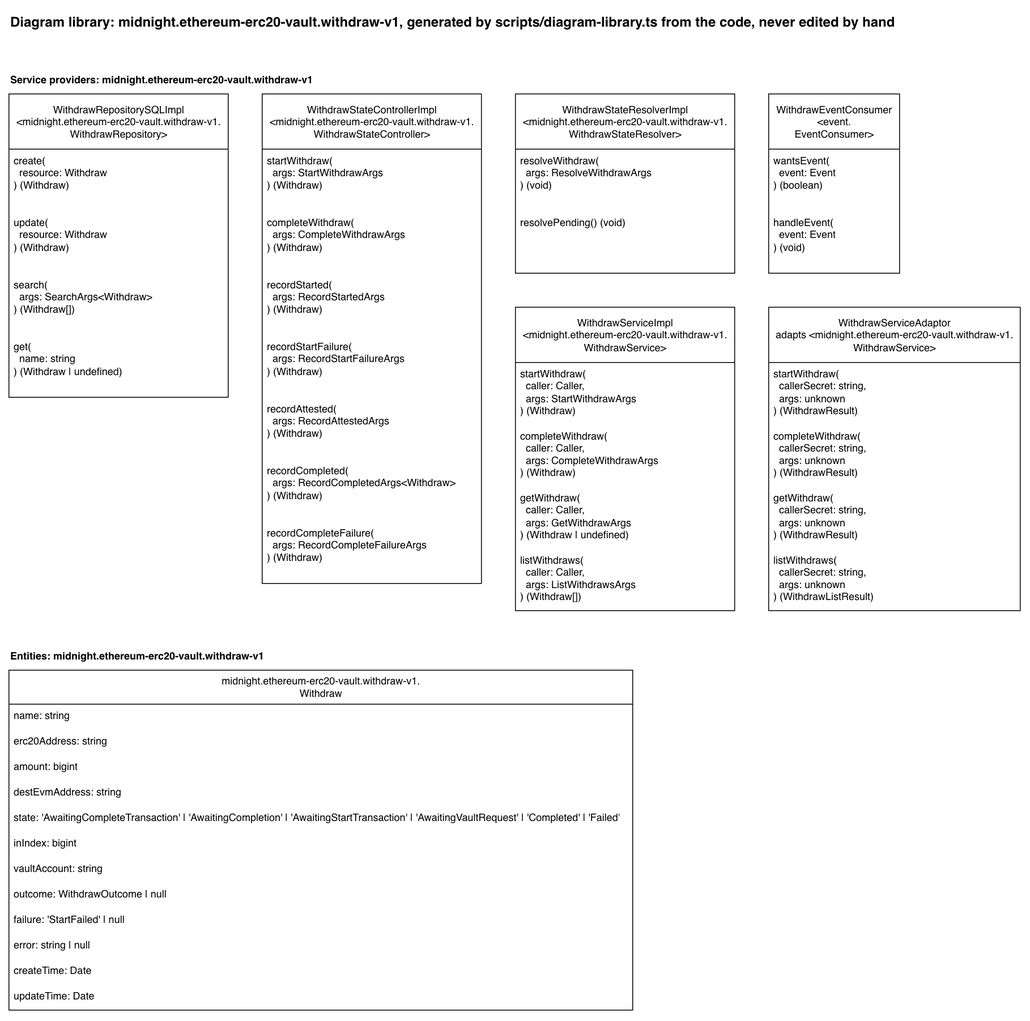
Earlier version of the draw.io export docs/diagram-library/midnight/ethereum-erc20-vault/withdraw-v1/diagram-library.drawio.png (sig-net/full-stack-demo). Source tidied: cells renumbered, new cells last; positions are measured from the earlier drawing's top-left corner, leaving out a move shared by most shapes.
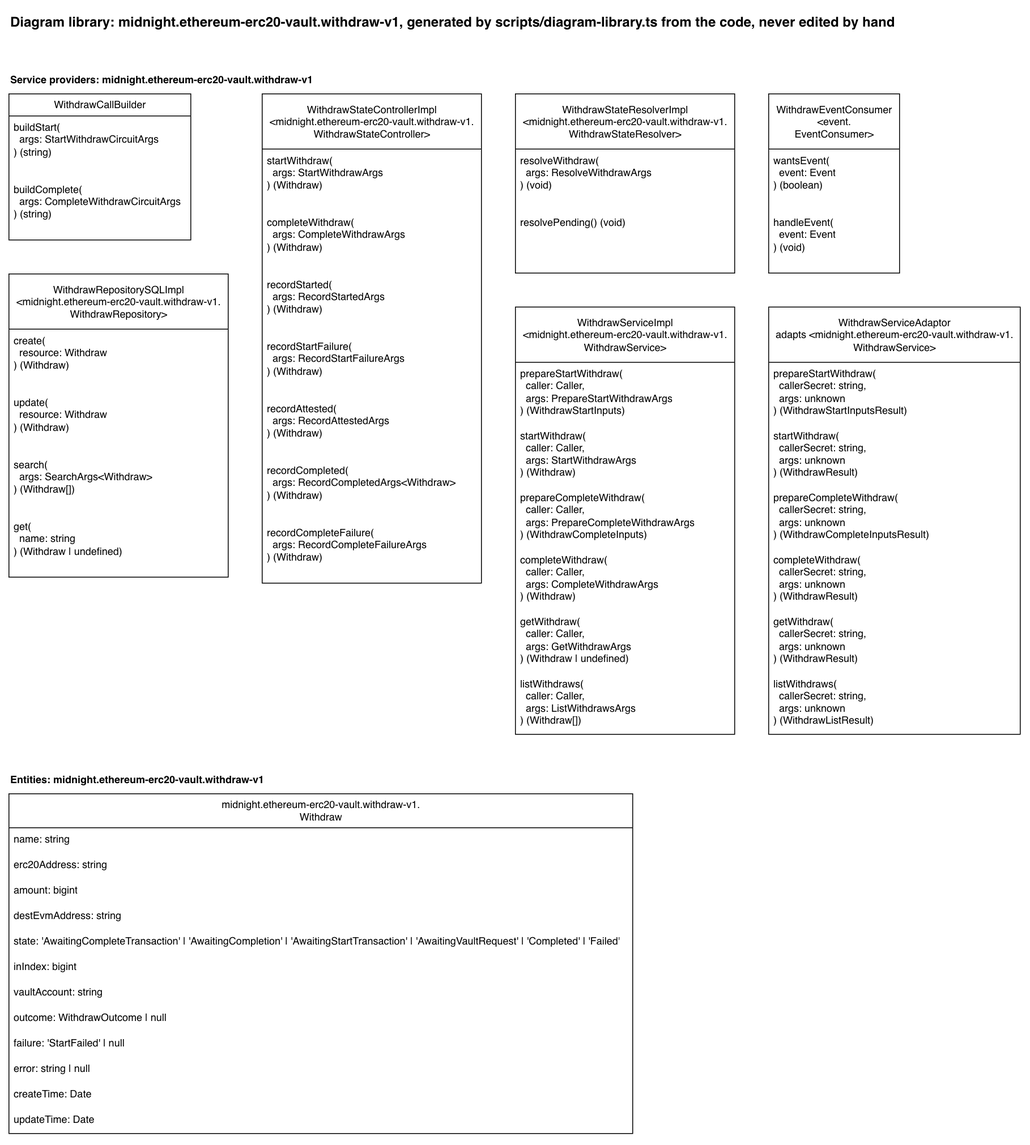
Above is the later version.

Change to the diagram source:
```diff
@@ -8,8 +8,17 @@
     <mxCell id="3" value="Service providers: midnight.ethereum-erc20-vault.withdraw-v1" style="text;html=1;fontStyle=1;" parent="1" vertex="1">
       <mxGeometry y="70" width="383" height="20" as="geometry" />
     </mxCell>
+    <mxCell id="47" value="WithdrawCallBuilder" style="swimlane;fontStyle=0;horizontal=1;startSize=26;fillColor=default;html=1;fillStyle=solid;" parent="1" vertex="1">
+      <mxGeometry y="100" width="214" height="172" as="geometry" />
+    </mxCell>
+    <mxCell id="48" value="buildStart(&lt;br&gt;&amp;nbsp; args: StartWithdrawCircuitArgs&lt;br&gt;) (string)" style="text;strokeColor=none;fillColor=none;align=left;verticalAlign=top;spacingLeft=4;spacingRight=4;overflow=hidden;whiteSpace=wrap;html=1;" parent="47" vertex="1">
+      <mxGeometry y="26" width="214" height="73" as="geometry" />
+    </mxCell>
+    <mxCell id="49" value="buildComplete(&lt;br&gt;&amp;nbsp; args: CompleteWithdrawCircuitArgs&lt;br&gt;) (string)" style="text;strokeColor=none;fillColor=none;align=left;verticalAlign=top;spacingLeft=4;spacingRight=4;overflow=hidden;whiteSpace=wrap;html=1;" parent="47" vertex="1">
+      <mxGeometry y="99" width="214" height="73" as="geometry" />
+    </mxCell>
     <mxCell id="4" value="WithdrawRepositorySQLImpl&lt;br&gt;&amp;lt;midnight.ethereum-erc20-vault.withdraw-v1.&lt;br&gt;WithdrawRepository&amp;gt;" style="swimlane;fontStyle=0;horizontal=1;startSize=65;fillColor=default;html=1;fillStyle=solid;" parent="1" vertex="1">
-      <mxGeometry y="100" width="258" height="357" as="geometry" />
+      <mxGeometry y="312" width="258" height="357" as="geometry" />
     </mxCell>
     <mxCell id="5" value="create(&lt;br&gt;&amp;nbsp; resource: Withdraw&lt;br&gt;) (Withdraw)" style="text;strokeColor=none;fillColor=none;align=left;verticalAlign=top;spacingLeft=4;spacingRight=4;overflow=hidden;whiteSpace=wrap;html=1;" parent="4" vertex="1">
       <mxGeometry y="65" width="258" height="73" as="geometry" />
@@ -57,19 +66,25 @@
       <mxGeometry y="138" width="258" height="73" as="geometry" />
     </mxCell>
     <mxCell id="20" value="WithdrawServiceImpl&lt;br&gt;&amp;lt;midnight.ethereum-erc20-vault.withdraw-v1.&lt;br&gt;WithdrawService&amp;gt;" style="swimlane;fontStyle=0;horizontal=1;startSize=65;fillColor=default;html=1;fillStyle=solid;" parent="1" vertex="1">
-      <mxGeometry x="596" y="351" width="258" height="357" as="geometry" />
+      <mxGeometry x="596" y="351" width="258" height="503" as="geometry" />
     </mxCell>
+    <mxCell id="50" value="prepareStartWithdraw(&lt;br&gt;&amp;nbsp; caller: Caller,&lt;br&gt;&amp;nbsp; args: PrepareStartWithdrawArgs&lt;br&gt;) (WithdrawStartInputs)" style="text;strokeColor=none;fillColor=none;align=left;verticalAlign=top;spacingLeft=4;spacingRight=4;overflow=hidden;whiteSpace=wrap;html=1;" parent="20" vertex="1">
+      <mxGeometry y="65" width="258" height="73" as="geometry" />
+    </mxCell>
     <mxCell id="21" value="startWithdraw(&lt;br&gt;&amp;nbsp; caller: Caller,&lt;br&gt;&amp;nbsp; args: StartWithdrawArgs&lt;br&gt;) (Withdraw)" style="text;strokeColor=none;fillColor=none;align=left;verticalAlign=top;spacingLeft=4;spacingRight=4;overflow=hidden;whiteSpace=wrap;html=1;" parent="20" vertex="1">
-      <mxGeometry y="65" width="258" height="73" as="geometry" />
+      <mxGeometry y="138" width="258" height="73" as="geometry" />
     </mxCell>
+    <mxCell id="51" value="prepareCompleteWithdraw(&lt;br&gt;&amp;nbsp; caller: Caller,&lt;br&gt;&amp;nbsp; args: PrepareCompleteWithdrawArgs&lt;br&gt;) (WithdrawCompleteInputs)" style="text;strokeColor=none;fillColor=none;align=left;verticalAlign=top;spacingLeft=4;spacingRight=4;overflow=hidden;whiteSpace=wrap;html=1;" parent="20" vertex="1">
+      <mxGeometry y="211" width="258" height="73" as="geometry" />
+    </mxCell>
     <mxCell id="22" value="completeWithdraw(&lt;br&gt;&amp;nbsp; caller: Caller,&lt;br&gt;&amp;nbsp; args: CompleteWithdrawArgs&lt;br&gt;) (Withdraw)" style="text;strokeColor=none;fillColor=none;align=left;verticalAlign=top;spacingLeft=4;spacingRight=4;overflow=hidden;whiteSpace=wrap;html=1;" parent="20" vertex="1">
-      <mxGeometry y="138" width="258" height="73" as="geometry" />
+      <mxGeometry y="284" width="258" height="73" as="geometry" />
     </mxCell>
     <mxCell id="23" value="getWithdraw(&lt;br&gt;&amp;nbsp; caller: Caller,&lt;br&gt;&amp;nbsp; args: GetWithdrawArgs&lt;br&gt;) (Withdraw | undefined)" style="text;strokeColor=none;fillColor=none;align=left;verticalAlign=top;spacingLeft=4;spacingRight=4;overflow=hidden;whiteSpace=wrap;html=1;" parent="20" vertex="1">
-      <mxGeometry y="211" width="258" height="73" as="geometry" />
+      <mxGeometry y="357" width="258" height="73" as="geometry" />
     </mxCell>
     <mxCell id="24" value="listWithdraws(&lt;br&gt;&amp;nbsp; caller: Caller,&lt;br&gt;&amp;nbsp; args: ListWithdrawsArgs&lt;br&gt;) (Withdraw[])" style="text;strokeColor=none;fillColor=none;align=left;verticalAlign=top;spacingLeft=4;spacingRight=4;overflow=hidden;whiteSpace=wrap;html=1;" parent="20" vertex="1">
-      <mxGeometry y="284" width="258" height="73" as="geometry" />
+      <mxGeometry y="430" width="258" height="73" as="geometry" />
     </mxCell>
     <mxCell id="25" value="WithdrawEventConsumer&lt;br&gt;&amp;lt;event.&lt;br&gt;EventConsumer&amp;gt;" style="swimlane;fontStyle=0;horizontal=1;startSize=65;fillColor=default;html=1;fillStyle=solid;" parent="1" vertex="1">
       <mxGeometry x="894" y="100" width="154" height="211" as="geometry" />
@@ -81,25 +96,31 @@
       <mxGeometry y="138" width="154" height="73" as="geometry" />
     </mxCell>
     <mxCell id="28" value="WithdrawServiceAdaptor&lt;br&gt;adapts &amp;lt;midnight.ethereum-erc20-vault.withdraw-v1.&lt;br&gt;WithdrawService&amp;gt;" style="swimlane;fontStyle=0;horizontal=1;startSize=65;fillColor=default;html=1;fillStyle=solid;" parent="1" vertex="1">
-      <mxGeometry x="894" y="351" width="296" height="357" as="geometry" />
+      <mxGeometry x="894" y="351" width="296" height="503" as="geometry" />
     </mxCell>
+    <mxCell id="52" value="prepareStartWithdraw(&lt;br&gt;&amp;nbsp; callerSecret: string,&lt;br&gt;&amp;nbsp; args: unknown&lt;br&gt;) (WithdrawStartInputsResult)" style="text;strokeColor=none;fillColor=none;align=left;verticalAlign=top;spacingLeft=4;spacingRight=4;overflow=hidden;whiteSpace=wrap;html=1;" parent="28" vertex="1">
+      <mxGeometry y="65" width="296" height="73" as="geometry" />
+    </mxCell>
     <mxCell id="29" value="startWithdraw(&lt;br&gt;&amp;nbsp; callerSecret: string,&lt;br&gt;&amp;nbsp; args: unknown&lt;br&gt;) (WithdrawResult)" style="text;strokeColor=none;fillColor=none;align=left;verticalAlign=top;spacingLeft=4;spacingRight=4;overflow=hidden;whiteSpace=wrap;html=1;" parent="28" vertex="1">
-      <mxGeometry y="65" width="296" height="73" as="geometry" />
+      <mxGeometry y="138" width="296" height="73" as="geometry" />
     </mxCell>
+    <mxCell id="53" value="prepareCompleteWithdraw(&lt;br&gt;&amp;nbsp; callerSecret: string,&lt;br&gt;&amp;nbsp; args: unknown&lt;br&gt;) (WithdrawCompleteInputsResult)" style="text;strokeColor=none;fillColor=none;align=left;verticalAlign=top;spacingLeft=4;spacingRight=4;overflow=hidden;whiteSpace=wrap;html=1;" parent="28" vertex="1">
+      <mxGeometry y="211" width="296" height="73" as="geometry" />
+    </mxCell>
     <mxCell id="30" value="completeWithdraw(&lt;br&gt;&amp;nbsp; callerSecret: string,&lt;br&gt;&amp;nbsp; args: unknown&lt;br&gt;) (WithdrawResult)" style="text;strokeColor=none;fillColor=none;align=left;verticalAlign=top;spacingLeft=4;spacingRight=4;overflow=hidden;whiteSpace=wrap;html=1;" parent="28" vertex="1">
-      <mxGeometry y="138" width="296" height="73" as="geometry" />
+      <mxGeometry y="284" width="296" height="73" as="geometry" />
     </mxCell>
     <mxCell id="31" value="getWithdraw(&lt;br&gt;&amp;nbsp; callerSecret: string,&lt;br&gt;&amp;nbsp; args: unknown&lt;br&gt;) (WithdrawResult)" style="text;strokeColor=none;fillColor=none;align=left;verticalAlign=top;spacingLeft=4;spacingRight=4;overflow=hidden;whiteSpace=wrap;html=1;" parent="28" vertex="1">
-      <mxGeometry y="211" width="296" height="73" as="geometry" />
+      <mxGeometry y="357" width="296" height="73" as="geometry" />
     </mxCell>
     <mxCell id="32" value="listWithdraws(&lt;br&gt;&amp;nbsp; callerSecret: string,&lt;br&gt;&amp;nbsp; args: unknown&lt;br&gt;) (WithdrawListResult)" style="text;strokeColor=none;fillColor=none;align=left;verticalAlign=top;spacingLeft=4;spacingRight=4;overflow=hidden;whiteSpace=wrap;html=1;" parent="28" vertex="1">
-      <mxGeometry y="284" width="296" height="73" as="geometry" />
+      <mxGeometry y="430" width="296" height="73" as="geometry" />
     </mxCell>
     <mxCell id="33" value="Entities: midnight.ethereum-erc20-vault.withdraw-v1" style="text;html=1;fontStyle=1;" parent="1" vertex="1">
-      <mxGeometry y="748" width="324" height="20" as="geometry" />
+      <mxGeometry y="894" width="324" height="20" as="geometry" />
     </mxCell>
     <mxCell id="34" value="midnight.ethereum-erc20-vault.withdraw-v1.&lt;br&gt;Withdraw" style="swimlane;fontStyle=0;horizontal=1;startSize=40;fillColor=default;html=1;fillStyle=solid;" parent="1" vertex="1">
-      <mxGeometry y="778" width="734" height="400" as="geometry" />
+      <mxGeometry y="924" width="734" height="400" as="geometry" />
     </mxCell>
     <mxCell id="35" value="name: string" style="text;strokeColor=none;fillColor=none;align=left;verticalAlign=top;spacingLeft=4;spacingRight=4;overflow=hidden;whiteSpace=wrap;html=1;" parent="34" vertex="1">
       <mxGeometry y="40" width="734" height="30" as="geometry" />
```
